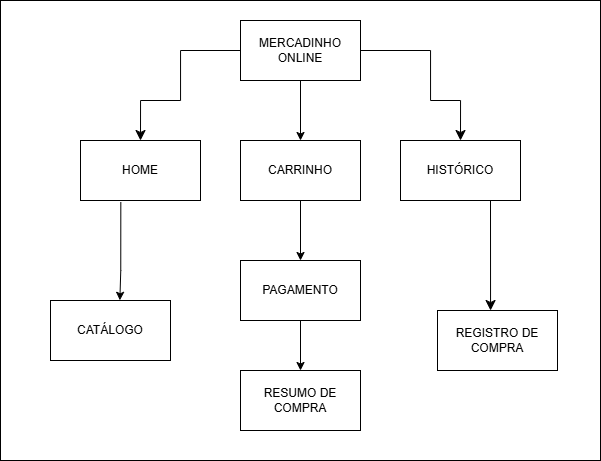
The draw.io diagram docs/Prototipos/Mapa de Site/Mapa-de-Site.drawio.png in pomptrash/projeto-mercadinho-online, before a commit. Source tidied: cells renumbered, new cells last; positions are measured from the earlier drawing's top-left corner, leaving out a move shared by most shapes.
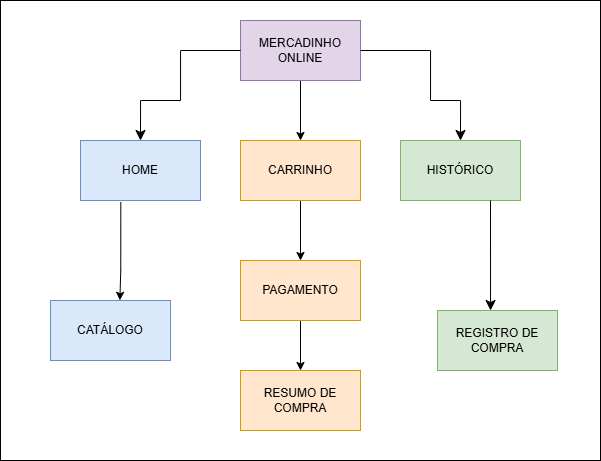
After the commit.

Commit message:
estilização do mapa de site

What changed in the source:
```diff
@@ -8,7 +8,7 @@
     <mxCell id="3" style="edgeStyle=orthogonalEdgeStyle;rounded=0;jettySize=auto;html=1;exitX=0.5;exitY=1;exitDx=0;exitDy=0;entryX=0.5;entryY=0;entryDx=0;entryDy=0;" parent="1" edge="1" source="4" target="8">
       <mxGeometry relative="1" as="geometry" />
     </mxCell>
-    <mxCell id="4" value="MERCADINHO ONLINE" style="rounded=0;whiteSpace=wrap;html=1;" parent="1" vertex="1">
+    <mxCell id="4" value="MERCADINHO ONLINE" style="rounded=0;whiteSpace=wrap;html=1;fillColor=#e1d5e7;strokeColor=#9673a6;" parent="1" vertex="1">
       <mxGeometry x="240" y="20" width="120" height="60" as="geometry" />
     </mxCell>
     <mxCell id="5" style="edgeStyle=orthogonalEdgeStyle;rounded=0;jettySize=auto;html=1;exitX=0.336;exitY=1.025;exitDx=0;exitDy=0;entryX=0.578;entryY=-0.003;entryDx=0;entryDy=0;exitPerimeter=0;entryPerimeter=0;" parent="1" edge="1" source="6" target="17">
@@ -19,25 +19,25 @@
         </Array>
       </mxGeometry>
     </mxCell>
-    <mxCell id="6" value="HOME" style="rounded=0;whiteSpace=wrap;html=1;" parent="1" vertex="1">
+    <mxCell id="6" value="HOME" style="rounded=0;whiteSpace=wrap;html=1;fillColor=#dae8fc;strokeColor=#6c8ebf;" parent="1" vertex="1">
       <mxGeometry x="80" y="140" width="120" height="60" as="geometry" />
     </mxCell>
     <mxCell id="7" style="edgeStyle=orthogonalEdgeStyle;rounded=0;jettySize=auto;html=1;exitX=0.5;exitY=1;exitDx=0;exitDy=0;entryX=0.5;entryY=0;entryDx=0;entryDy=0;" parent="1" edge="1" source="8" target="11">
       <mxGeometry relative="1" as="geometry" />
     </mxCell>
-    <mxCell id="8" value="CARRINHO" style="rounded=0;whiteSpace=wrap;html=1;" parent="1" vertex="1">
+    <mxCell id="8" value="CARRINHO" style="rounded=0;whiteSpace=wrap;html=1;fillColor=#ffe6cc;strokeColor=#d79b00;" parent="1" vertex="1">
       <mxGeometry x="240" y="140" width="120" height="60" as="geometry" />
     </mxCell>
-    <mxCell id="9" value="HISTÓRICO" style="rounded=0;whiteSpace=wrap;html=1;" parent="1" vertex="1">
+    <mxCell id="9" value="HISTÓRICO" style="rounded=0;whiteSpace=wrap;html=1;fillColor=#d5e8d4;strokeColor=#82b366;" parent="1" vertex="1">
       <mxGeometry x="400" y="140" width="120" height="60" as="geometry" />
     </mxCell>
     <mxCell id="10" style="edgeStyle=orthogonalEdgeStyle;rounded=0;jettySize=auto;html=1;exitX=0.5;exitY=1;exitDx=0;exitDy=0;entryX=0.5;entryY=0;entryDx=0;entryDy=0;" parent="1" edge="1" source="11" target="16">
       <mxGeometry relative="1" as="geometry" />
     </mxCell>
-    <mxCell id="11" value="PAGAMENTO" style="rounded=0;whiteSpace=wrap;html=1;" parent="1" vertex="1">
+    <mxCell id="11" value="PAGAMENTO" style="rounded=0;whiteSpace=wrap;html=1;fillColor=#ffe6cc;strokeColor=#d79b00;" parent="1" vertex="1">
       <mxGeometry x="240" y="260" width="120" height="60" as="geometry" />
     </mxCell>
-    <mxCell id="12" value="REGISTRO DE COMPRA" style="rounded=0;whiteSpace=wrap;html=1;" parent="1" vertex="1">
+    <mxCell id="12" value="REGISTRO DE COMPRA" style="rounded=0;whiteSpace=wrap;html=1;fillColor=#d5e8d4;strokeColor=#82b366;" parent="1" vertex="1">
       <mxGeometry x="437" y="310" width="120" height="60" as="geometry" />
     </mxCell>
     <mxCell id="13" style="edgeStyle=segmentEdgeStyle;endArrow=classic;html=1;curved=0;rounded=0;endSize=8;startSize=8;exitX=0;exitY=0.5;exitDx=0;exitDy=0;" parent="1" edge="1" source="4">
@@ -68,10 +68,10 @@
         </Array>
       </mxGeometry>
     </mxCell>
-    <mxCell id="16" value="RESUMO DE COMPRA" style="rounded=0;whiteSpace=wrap;html=1;" parent="1" vertex="1">
+    <mxCell id="16" value="RESUMO DE COMPRA" style="rounded=0;whiteSpace=wrap;html=1;fillColor=#ffe6cc;strokeColor=#d79b00;" parent="1" vertex="1">
       <mxGeometry x="240" y="370" width="120" height="60" as="geometry" />
     </mxCell>
-    <mxCell id="17" value="CATÁLOGO" style="rounded=0;whiteSpace=wrap;html=1;" parent="1" vertex="1">
+    <mxCell id="17" value="CATÁLOGO" style="rounded=0;whiteSpace=wrap;html=1;fillColor=#dae8fc;strokeColor=#6c8ebf;" parent="1" vertex="1">
       <mxGeometry x="50" y="300" width="120" height="60" as="geometry" />
     </mxCell>
   </root>
```
